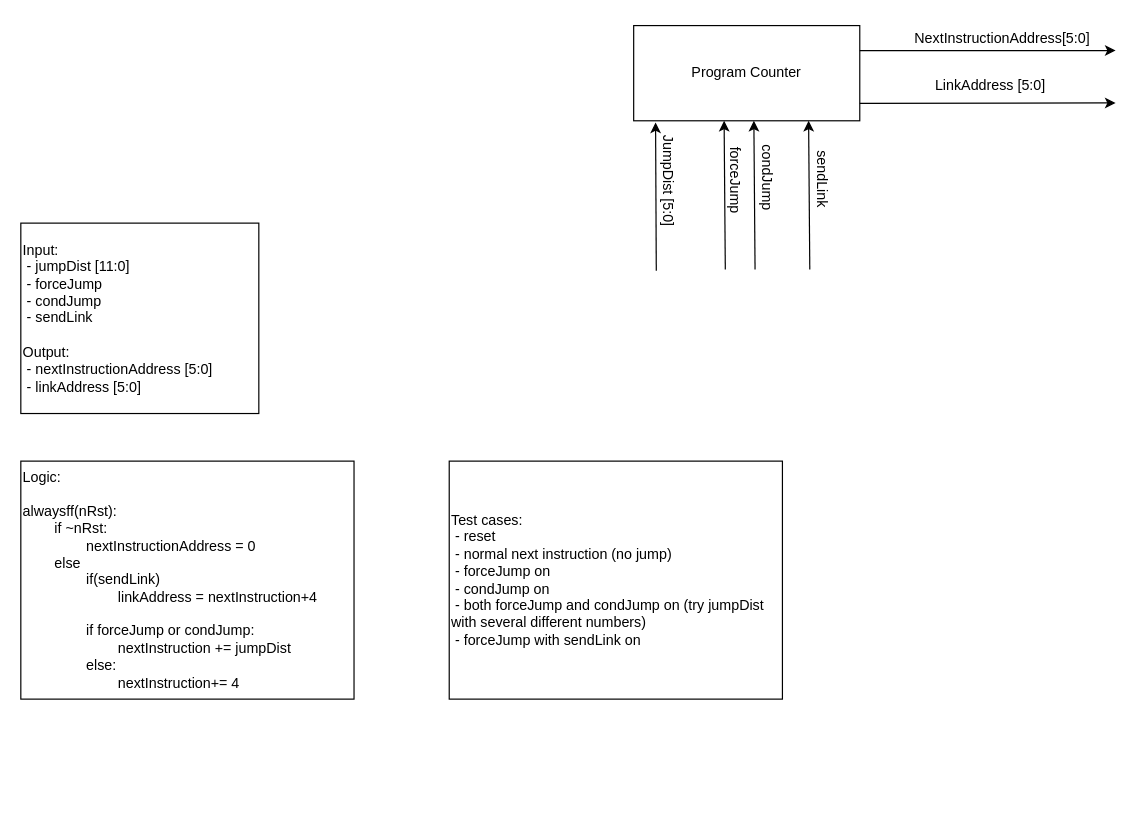
Before: PC_rtl.drawio in limichael246/STARS_2024, a draw.io diagram. Source tidied: cells renumbered, new cells numbered last; positions are measured from the earlier drawing's top-left corner, leaving out a move shared by most shapes. Both pictures are drawn from the tidied source at 119%, with x=0, y=0 at pixel (20, 20).
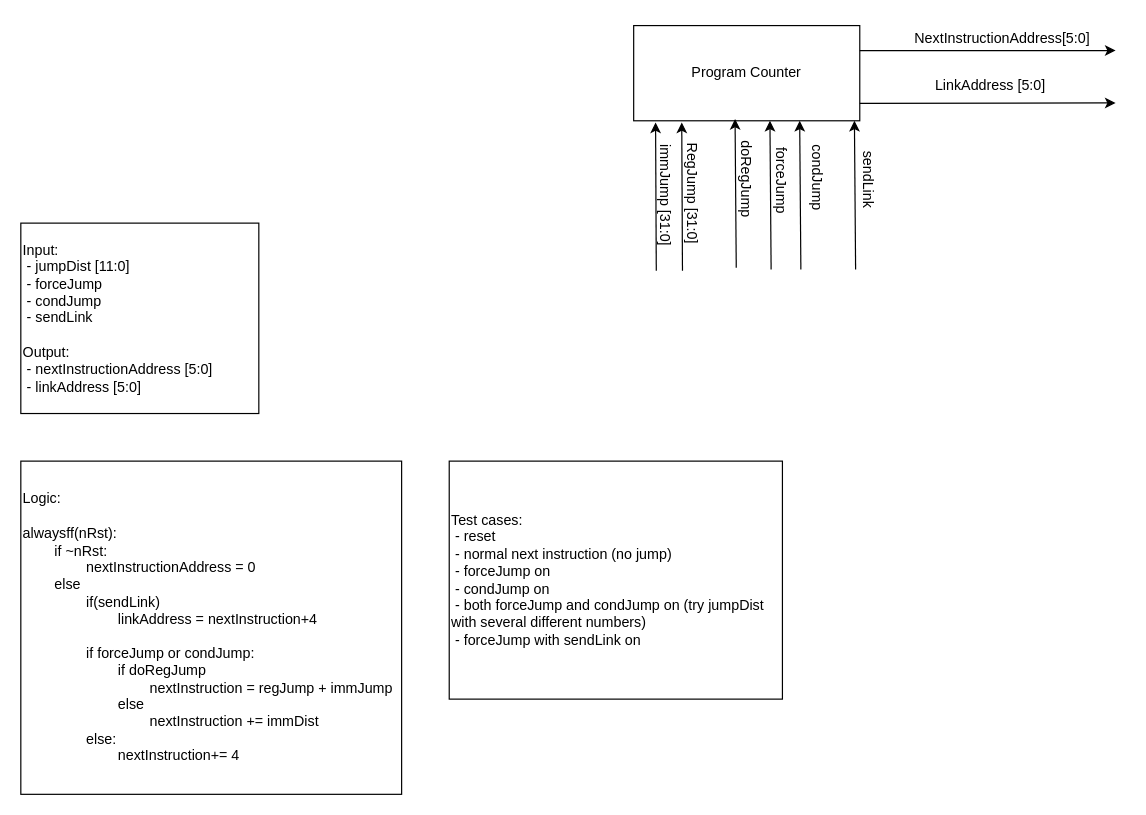
Above is the later version.

Diff of the diagram source:
```diff
@@
-    <mxCell id="3" value="Logic:&lt;div&gt;&lt;br&gt;&lt;/div&gt;&lt;div&gt;alwaysff(nRst):&lt;/div&gt;&lt;div&gt;&lt;span style=&quot;white-space: pre;&quot;&gt;&#9;&lt;/span&gt;if ~nRst:&lt;br&gt;&lt;/div&gt;&lt;div&gt;&lt;span style=&quot;white-space: pre;&quot;&gt;&#9;&lt;/span&gt;&lt;span style=&quot;white-space: pre;&quot;&gt;&#9;&lt;/span&gt;nextInstructionAddress&amp;nbsp;= 0&lt;br&gt;&lt;/div&gt;&lt;div&gt;&lt;span style=&quot;white-space: pre;&quot;&gt;&#9;&lt;/span&gt;else&lt;br&gt;&lt;/div&gt;&lt;div&gt;&lt;span style=&quot;white-space: pre;&quot;&gt;&#9;&lt;/span&gt;&lt;span style=&quot;white-space: pre;&quot;&gt;&#9;&lt;/span&gt;if(sendLink)&lt;br&gt;&lt;/div&gt;&lt;div&gt;&lt;span style=&quot;white-space: pre;&quot;&gt;&#9;&lt;/span&gt;&lt;span style=&quot;white-space: pre;&quot;&gt;&#9;&lt;/span&gt;&lt;span style=&quot;white-space: pre;&quot;&gt;&#9;&lt;/span&gt;linkAddress = nextInstruction+4&lt;br&gt;&lt;/div&gt;&lt;div&gt;&lt;span style=&quot;white-space: pre;&quot;&gt;&#9;&lt;/span&gt;&lt;span style=&quot;white-space: pre;&quot;&gt;&#9;&lt;/span&gt;&lt;br&gt;&lt;/div&gt;&lt;div&gt;&lt;span style=&quot;white-space: pre;&quot;&gt;&#9;&lt;/span&gt;&lt;span style=&quot;white-space: pre;&quot;&gt;&#9;&lt;/span&gt;if forceJump or condJump:&lt;br&gt;&lt;/div&gt;&lt;div&gt;&lt;span style=&quot;white-space: pre;&quot;&gt;&#9;&lt;/span&gt;&lt;span style=&quot;white-space: pre;&quot;&gt;&#9;&lt;/span&gt;&lt;span style=&quot;white-space: pre;&quot;&gt;&#9;&lt;/span&gt;nextInstruction&amp;nbsp;+= jumpDist&lt;br&gt;&lt;/div&gt;&lt;div&gt;&lt;span style=&quot;white-space: pre;&quot;&gt;&#9;&lt;/span&gt;&lt;span style=&quot;white-space: pre;&quot;&gt;&#9;&lt;/span&gt;else:&lt;br&gt;&lt;/div&gt;&lt;div&gt;&lt;span style=&quot;white-space: pre;&quot;&gt;&#9;&lt;/span&gt;&lt;span style=&quot;white-space: pre;&quot;&gt;&#9;&lt;/span&gt;&lt;span style=&quot;white-space: pre;&quot;&gt;&#9;&lt;/span&gt;nextInstruction+= 4&lt;br&gt;&lt;/div&gt;" style="rounded=0;whiteSpace=wrap;html=1;align=left;" parent="1" vertex="1">
-      <mxGeometry y="370" width="280" height="200" as="geometry" />
+    <mxCell id="3" value="Logic:&lt;div&gt;&lt;br&gt;&lt;/div&gt;&lt;div&gt;alwaysff(nRst):&lt;/div&gt;&lt;div&gt;&lt;span style=&quot;white-space: pre;&quot;&gt;&#9;&lt;/span&gt;if ~nRst:&lt;br&gt;&lt;/div&gt;&lt;div&gt;&lt;span style=&quot;white-space: pre;&quot;&gt;&#9;&lt;/span&gt;&lt;span style=&quot;white-space: pre;&quot;&gt;&#9;&lt;/span&gt;nextInstructionAddress&amp;nbsp;= 0&lt;br&gt;&lt;/div&gt;&lt;div&gt;&lt;span style=&quot;white-space: pre;&quot;&gt;&#9;&lt;/span&gt;else&lt;br&gt;&lt;/div&gt;&lt;div&gt;&lt;span style=&quot;white-space: pre;&quot;&gt;&#9;&lt;/span&gt;&lt;span style=&quot;white-space: pre;&quot;&gt;&#9;&lt;/span&gt;if(sendLink)&lt;br&gt;&lt;/div&gt;&lt;div&gt;&lt;span style=&quot;white-space: pre;&quot;&gt;&#9;&lt;/span&gt;&lt;span style=&quot;white-space: pre;&quot;&gt;&#9;&lt;/span&gt;&lt;span style=&quot;white-space: pre;&quot;&gt;&#9;&lt;/span&gt;linkAddress = nextInstruction+4&lt;br&gt;&lt;/div&gt;&lt;div&gt;&lt;span style=&quot;white-space: pre;&quot;&gt;&#9;&lt;/span&gt;&lt;span style=&quot;white-space: pre;&quot;&gt;&#9;&lt;/span&gt;&lt;br&gt;&lt;/div&gt;&lt;div&gt;&lt;span style=&quot;white-space: pre;&quot;&gt;&#9;&lt;/span&gt;&lt;span style=&quot;white-space: pre;&quot;&gt;&#9;&lt;/span&gt;if forceJump or condJump:&lt;br&gt;&lt;/div&gt;&lt;div&gt;&lt;span style=&quot;white-space: pre;&quot;&gt;&#9;&lt;/span&gt;&lt;span style=&quot;white-space: pre;&quot;&gt;&#9;&lt;/span&gt;&lt;span style=&quot;white-space: pre;&quot;&gt;&#9;&lt;/span&gt;if doRegJump&lt;br&gt;&lt;/div&gt;&lt;div&gt;&lt;span style=&quot;white-space: pre;&quot;&gt;&#9;&lt;/span&gt;&lt;span style=&quot;white-space: pre;&quot;&gt;&#9;&lt;/span&gt;&lt;span style=&quot;white-space: pre;&quot;&gt;&#9;&lt;/span&gt;&lt;span style=&quot;white-space: pre;&quot;&gt;&#9;&lt;/span&gt;nextInstruction = regJump + immJump&lt;br&gt;&lt;/div&gt;&lt;div&gt;&lt;span style=&quot;white-space: pre;&quot;&gt;&#9;&lt;/span&gt;&lt;span style=&quot;white-space: pre;&quot;&gt;&#9;&lt;/span&gt;&lt;span style=&quot;white-space: pre;&quot;&gt;&#9;&lt;/span&gt;else&lt;br&gt;&lt;/div&gt;&lt;div&gt;&lt;span style=&quot;white-space: pre;&quot;&gt;&#9;&lt;/span&gt;&lt;span style=&quot;white-space: pre;&quot;&gt;&#9;&lt;/span&gt;&lt;span style=&quot;white-space: pre;&quot;&gt;&#9;&lt;span style=&quot;white-space: pre;&quot;&gt;&#9;&lt;/span&gt;&lt;/span&gt;nextInstruction&amp;nbsp;+= immDist&lt;br&gt;&lt;/div&gt;&lt;div&gt;&lt;span style=&quot;white-space: pre;&quot;&gt;&#9;&lt;/span&gt;&lt;span style=&quot;white-space: pre;&quot;&gt;&#9;&lt;/span&gt;else:&lt;br&gt;&lt;/div&gt;&lt;div&gt;&lt;span style=&quot;white-space: pre;&quot;&gt;&#9;&lt;/span&gt;&lt;span style=&quot;white-space: pre;&quot;&gt;&#9;&lt;/span&gt;&lt;span style=&quot;white-space: pre;&quot;&gt;&#9;&lt;/span&gt;nextInstruction+= 4&lt;br&gt;&lt;/div&gt;" style="rounded=0;whiteSpace=wrap;html=1;align=left;" parent="1" vertex="1">
+      <mxGeometry y="370" width="320" height="280" as="geometry" />
     </mxCell>
@@
-    <mxCell id="7" value="JumpDist [5:0]" style="text;html=1;align=center;verticalAlign=middle;whiteSpace=wrap;rounded=0;rotation=90;" parent="1" vertex="1">
-      <mxGeometry x="504.8" y="119.2" width="78.5" height="30" as="geometry" />
+    <mxCell id="7" value="immJump [31:0]" style="text;html=1;align=center;verticalAlign=middle;whiteSpace=wrap;rounded=0;rotation=90;" parent="1" vertex="1">
+      <mxGeometry x="493.8" y="131.5" width="97" height="30" as="geometry" />
     </mxCell>
     <mxCell id="8" value="condJump" style="text;html=1;align=center;verticalAlign=middle;whiteSpace=wrap;rounded=0;rotation=90;" parent="1" vertex="1">
-      <mxGeometry x="597" y="117" width="60" height="30" as="geometry" />
+      <mxGeometry x="639" y="120.5" width="60" height="23" as="geometry" />
     </mxCell>
     <mxCell id="9" value="forceJump" style="text;html=1;align=center;verticalAlign=middle;whiteSpace=wrap;rounded=0;rotation=90;" parent="1" vertex="1">
-      <mxGeometry x="561.2" y="119.2" width="78.5" height="30" as="geometry" />
+      <mxGeometry x="600" y="119.2" width="78.5" height="30" as="geometry" />
     </mxCell>
     <mxCell id="10" value="sendLink" style="text;html=1;align=center;verticalAlign=middle;whiteSpace=wrap;rounded=0;rotation=90;" parent="1" vertex="1">
-      <mxGeometry x="634.2" y="118.2" width="78.5" height="30" as="geometry" />
+      <mxGeometry x="672.8" y="118.2" width="78.5" height="30" as="geometry" />
     </mxCell>
@@
     <mxCell id="15" style="endArrow=classic;html=1;rounded=0;entryX=0.444;entryY=1.017;entryDx=0;entryDy=0;entryPerimeter=0;" parent="1" edge="1">
       <mxGeometry relative="1" as="geometry">
-        <mxPoint x="592" y="209" as="sourcePoint" />
-        <mxPoint x="591" y="84" as="targetPoint" />
+        <mxPoint x="630.5" y="209" as="sourcePoint" />
+        <mxPoint x="629.5" y="84" as="targetPoint" />
       </mxGeometry>
     </mxCell>
     <mxCell id="16" style="endArrow=classic;html=1;rounded=0;entryX=0.444;entryY=1.017;entryDx=0;entryDy=0;entryPerimeter=0;" parent="1" edge="1">
       <mxGeometry relative="1" as="geometry">
-        <mxPoint x="617" y="209" as="sourcePoint" />
-        <mxPoint x="616" y="84" as="targetPoint" />
+        <mxPoint x="655.5" y="209" as="sourcePoint" />
+        <mxPoint x="654.5" y="84" as="targetPoint" />
       </mxGeometry>
     </mxCell>
     <mxCell id="17" style="endArrow=classic;html=1;rounded=0;entryX=0.444;entryY=1.017;entryDx=0;entryDy=0;entryPerimeter=0;" parent="1" edge="1">
       <mxGeometry relative="1" as="geometry">
-        <mxPoint x="663" y="209" as="sourcePoint" />
-        <mxPoint x="662" y="84" as="targetPoint" />
+        <mxPoint x="701.5" y="209" as="sourcePoint" />
+        <mxPoint x="700.5" y="84" as="targetPoint" />
       </mxGeometry>
     </mxCell>
+    <mxCell id="18" value="RegJump [31:0]" style="text;html=1;align=center;verticalAlign=middle;whiteSpace=wrap;rounded=0;rotation=90;" parent="1" vertex="1">
+      <mxGeometry x="511.8" y="130" width="105" height="30" as="geometry" />
+    </mxCell>
+    <mxCell id="19" style="endArrow=classic;html=1;rounded=0;entryX=0.444;entryY=1.017;entryDx=0;entryDy=0;entryPerimeter=0;" parent="1" edge="1">
+      <mxGeometry relative="1" as="geometry">
+        <mxPoint x="556" y="210" as="sourcePoint" />
+        <mxPoint x="555.4" y="85.4" as="targetPoint" />
+      </mxGeometry>
+    </mxCell>
+    <mxCell id="20" value="doRegJump" style="text;html=1;align=center;verticalAlign=middle;whiteSpace=wrap;rounded=0;rotation=90;" parent="1" vertex="1">
+      <mxGeometry x="570.8" y="117.8" width="78.5" height="30" as="geometry" />
+    </mxCell>
+    <mxCell id="21" style="endArrow=classic;html=1;rounded=0;entryX=0.444;entryY=1.017;entryDx=0;entryDy=0;entryPerimeter=0;" parent="1" edge="1">
+      <mxGeometry relative="1" as="geometry">
+        <mxPoint x="601.2" y="207.5" as="sourcePoint" />
+        <mxPoint x="600.2" y="82.5" as="targetPoint" />
+      </mxGeometry>
+    </mxCell>
```
